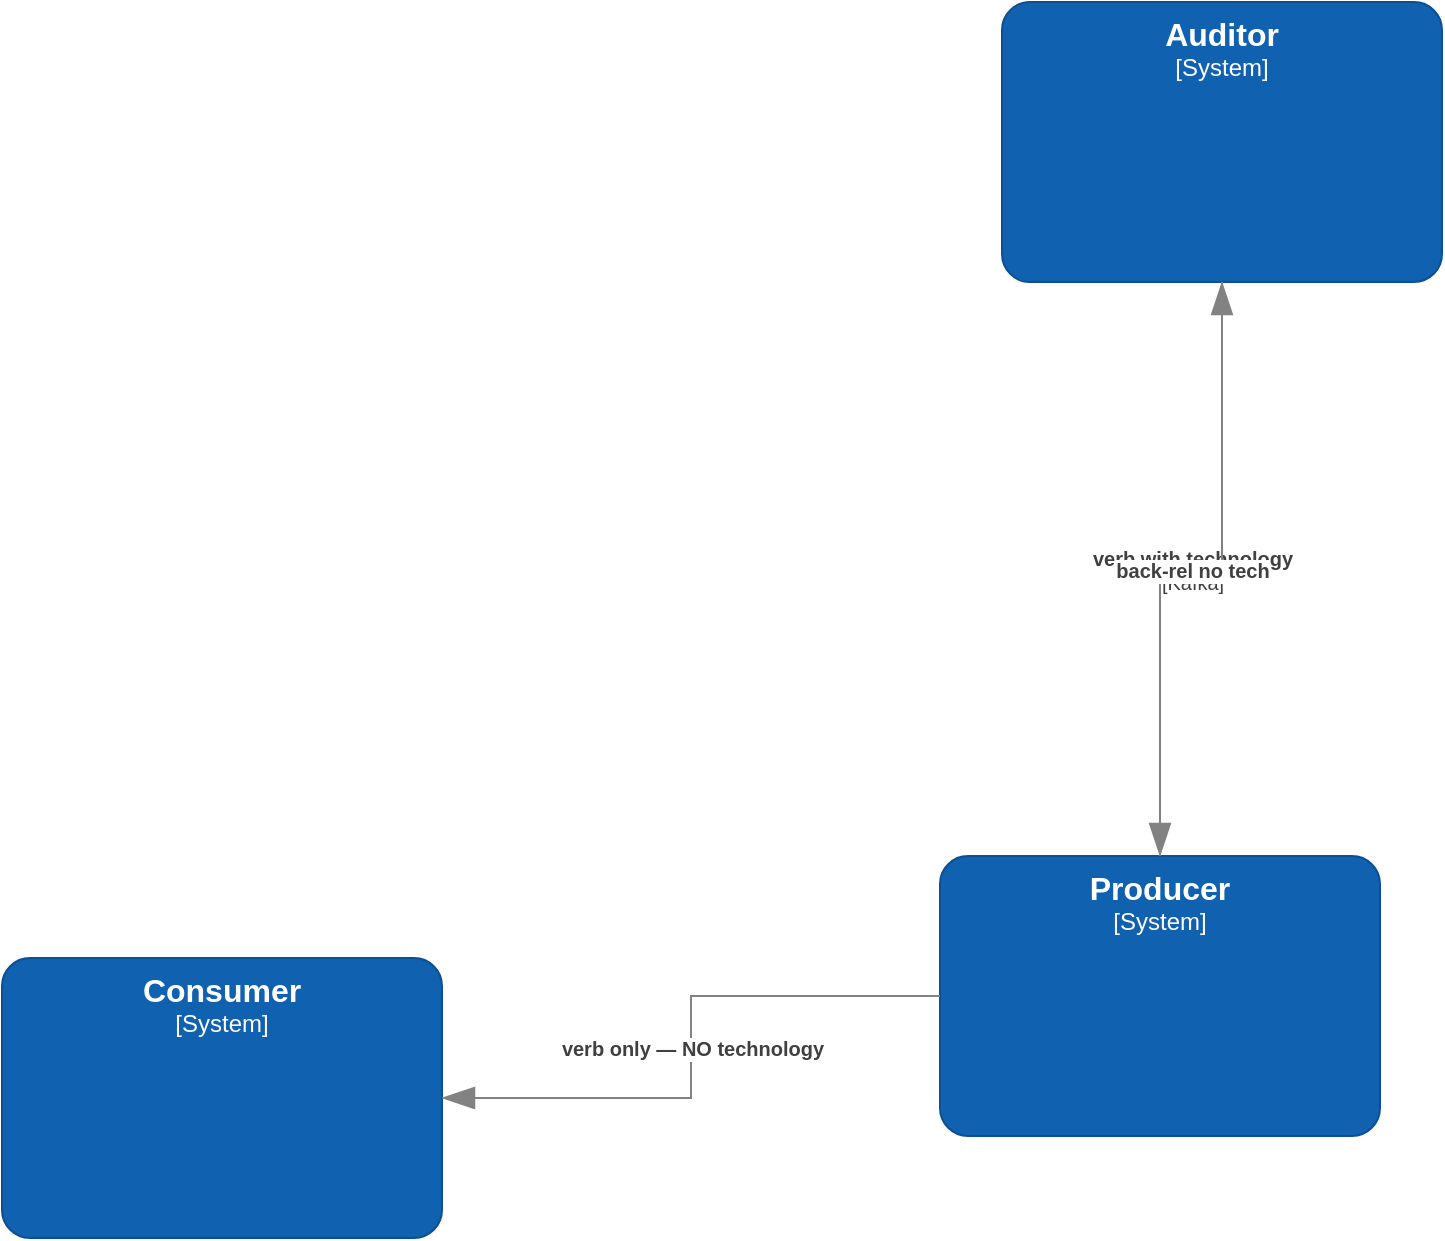
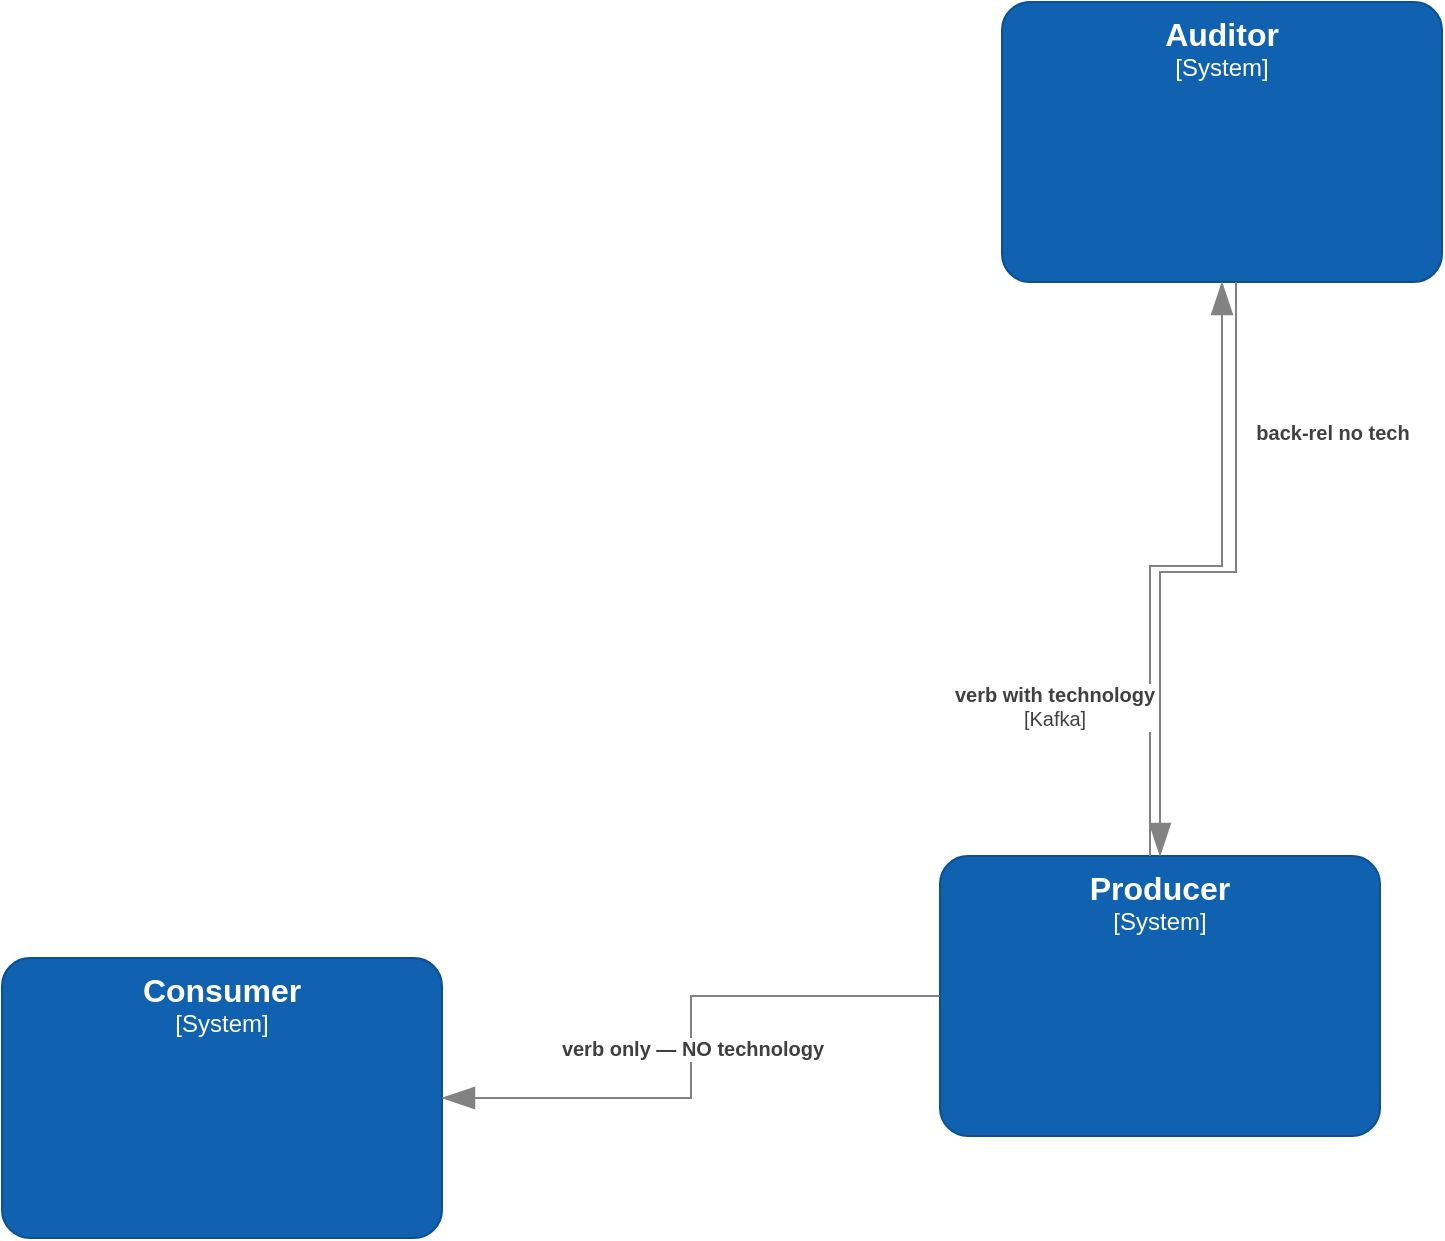
<mxfile version="20.1.4" type="atlas">
  <diagram id="catalyst-diagram" name="Page-1">
    <mxGraphModel pageHeight="719" pageWidth="821">
      <root>
        <mxCell id="0"/>
        <mxCell id="1" parent="0"/>
        <object placeholders="1" c4Name="Producer" c4Type="System" c4Technology="" c4Description="" label="&lt;div style=&quot;font-size:16px;font-weight:bold;&quot;&gt;%c4Name%&lt;/div&gt;&lt;div&gt;[%c4Type%]&lt;/div&gt;&lt;div style=&quot;font-size:11px;color:#cccccc;&quot;&gt;%c4Description%&lt;/div&gt;" id="a">
          <mxCell style="rounded=1;whiteSpace=wrap;html=1;labelBackgroundColor=none;fillColor=#1061B0;fontColor=#ffffff;align=center;verticalAlign=top;arcSize=10;strokeColor=#0D5091;metaEdit=1;resizable=1" parent="1" vertex="1">
            <mxGeometry as="geometry" height="140" width="220" x="519" y="477"/>
          </mxCell>
        </object>
        <object placeholders="1" c4Name="Consumer" c4Type="System" c4Technology="" c4Description="" label="&lt;div style=&quot;font-size:16px;font-weight:bold;&quot;&gt;%c4Name%&lt;/div&gt;&lt;div&gt;[%c4Type%]&lt;/div&gt;&lt;div style=&quot;font-size:11px;color:#cccccc;&quot;&gt;%c4Description%&lt;/div&gt;" id="b">
          <mxCell style="rounded=1;whiteSpace=wrap;html=1;labelBackgroundColor=none;fillColor=#1061B0;fontColor=#ffffff;align=center;verticalAlign=top;arcSize=10;strokeColor=#0D5091;metaEdit=1;resizable=1" parent="1" vertex="1">
            <mxGeometry as="geometry" height="140" width="220" x="50" y="528"/>
          </mxCell>
        </object>
        <object placeholders="1" c4Name="Auditor" c4Type="System" c4Technology="" c4Description="" label="&lt;div style=&quot;font-size:16px;font-weight:bold;&quot;&gt;%c4Name%&lt;/div&gt;&lt;div&gt;[%c4Type%]&lt;/div&gt;&lt;div style=&quot;font-size:11px;color:#cccccc;&quot;&gt;%c4Description%&lt;/div&gt;" id="c">
          <mxCell style="rounded=1;whiteSpace=wrap;html=1;labelBackgroundColor=none;fillColor=#1061B0;fontColor=#ffffff;align=center;verticalAlign=top;arcSize=10;strokeColor=#0D5091;metaEdit=1;resizable=1" parent="1" vertex="1">
            <mxGeometry as="geometry" height="140" width="220" x="550" y="50"/>
          </mxCell>
        </object>
        <object placeholders="1" c4Name="verb only — NO technology" c4Type="Relationship" c4Technology="" c4Description="" label="&lt;div style=&quot;text-align: center;font-weight:bold;&quot;&gt;%c4Name%&lt;/div&gt;&lt;div style=&quot;text-align: center;&quot;&gt;%c4Technology%&lt;/div&gt;">
          <mxCell style="endArrow=blockThin;html=1;fontSize=10;fontColor=#404040;strokeWidth=1;endFill=1;strokeColor=#828282;metaEdit=1;endSize=14;startSize=14;jumpStyle=arc;jumpSize=16;rounded=0;edgeStyle=orthogonalEdgeStyle" parent="1" edge="1" source="a" target="b">
            <mxGeometry as="geometry" relative="1"/>
          </mxCell>
        </object>
        <object placeholders="1" c4Name="verb with technology" c4Type="Relationship" c4Technology="[Kafka]" c4Description="" label="&lt;div style=&quot;text-align: center;font-weight:bold;&quot;&gt;%c4Name%&lt;/div&gt;&lt;div style=&quot;text-align: center;&quot;&gt;%c4Technology%&lt;/div&gt;">
          <mxCell style="endArrow=blockThin;html=1;fontSize=10;fontColor=#404040;strokeWidth=1;endFill=1;strokeColor=#828282;metaEdit=1;endSize=14;startSize=14;jumpStyle=arc;jumpSize=16;rounded=0;edgeStyle=orthogonalEdgeStyle" parent="1" edge="1" source="a" target="c">
-             <mxGeometry as="geometry" relative="1"/>
+             <mxGeometry as="geometry" relative="1">
+               <Array as="points">
+                 <mxPoint x="624" y="332"/>
+               </Array>
+               <mxPoint x="-65" y="70" as="offset"/>
+             </mxGeometry>
          </mxCell>
        </object>
        <object placeholders="1" c4Name="back-rel no tech" c4Type="Relationship" c4Technology="" c4Description="" label="&lt;div style=&quot;text-align: center;font-weight:bold;&quot;&gt;%c4Name%&lt;/div&gt;&lt;div style=&quot;text-align: center;&quot;&gt;%c4Technology%&lt;/div&gt;">
          <mxCell style="endArrow=blockThin;html=1;fontSize=10;fontColor=#404040;strokeWidth=1;endFill=1;strokeColor=#828282;metaEdit=1;endSize=14;startSize=14;jumpStyle=arc;jumpSize=16;rounded=0;edgeStyle=orthogonalEdgeStyle" parent="1" edge="1" source="c" target="a">
-             <mxGeometry as="geometry" relative="1"/>
+             <mxGeometry as="geometry" relative="1">
+               <Array as="points">
+                 <mxPoint x="667" y="335"/>
+               </Array>
+               <mxPoint x="65" y="-70" as="offset"/>
+             </mxGeometry>
          </mxCell>
        </object>
      </root>
    </mxGraphModel>
  </diagram>
</mxfile>